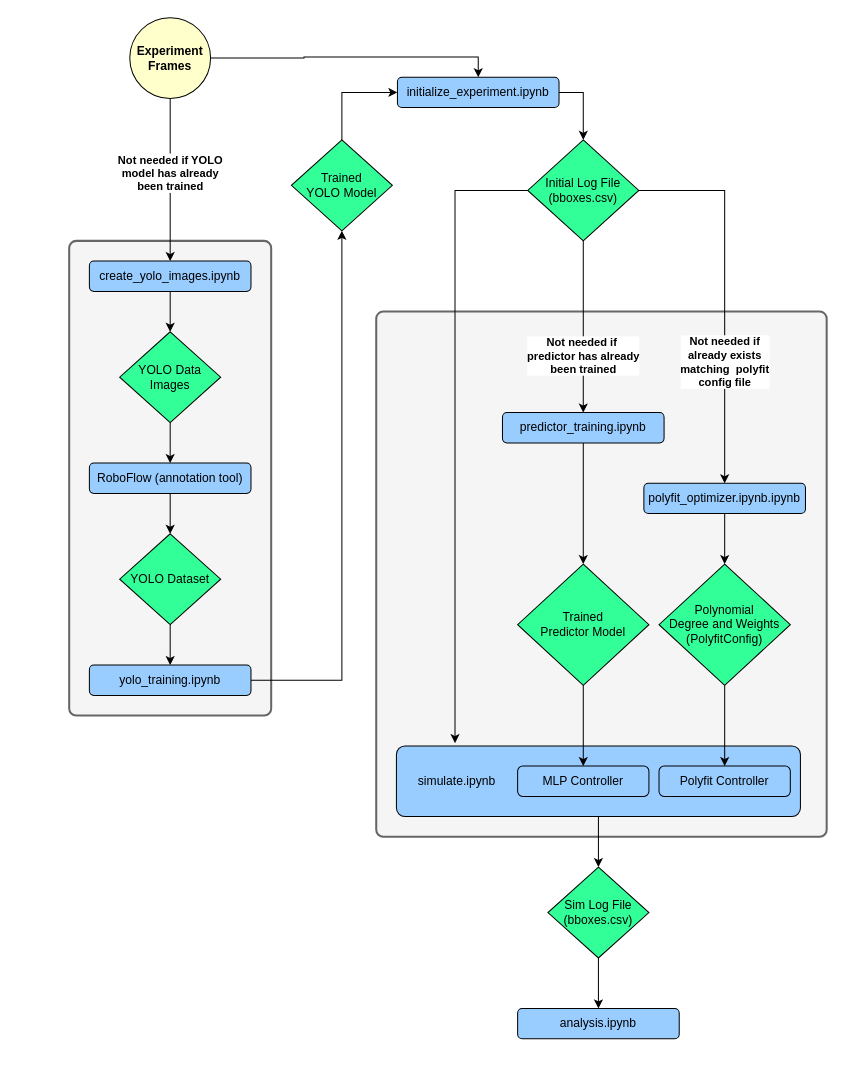
This is bio-proj-flowchart.drawio from giladfrid009/WTracker, a draw.io file, before an edit. Source tidied: cells renumbered, new cells numbered last; positions are measured from the earlier drawing's top-left corner, leaving out a move shared by most shapes. Both pictures are drawn from the tidied source at 101%, with x=0, y=0 at pixel (69, 17).
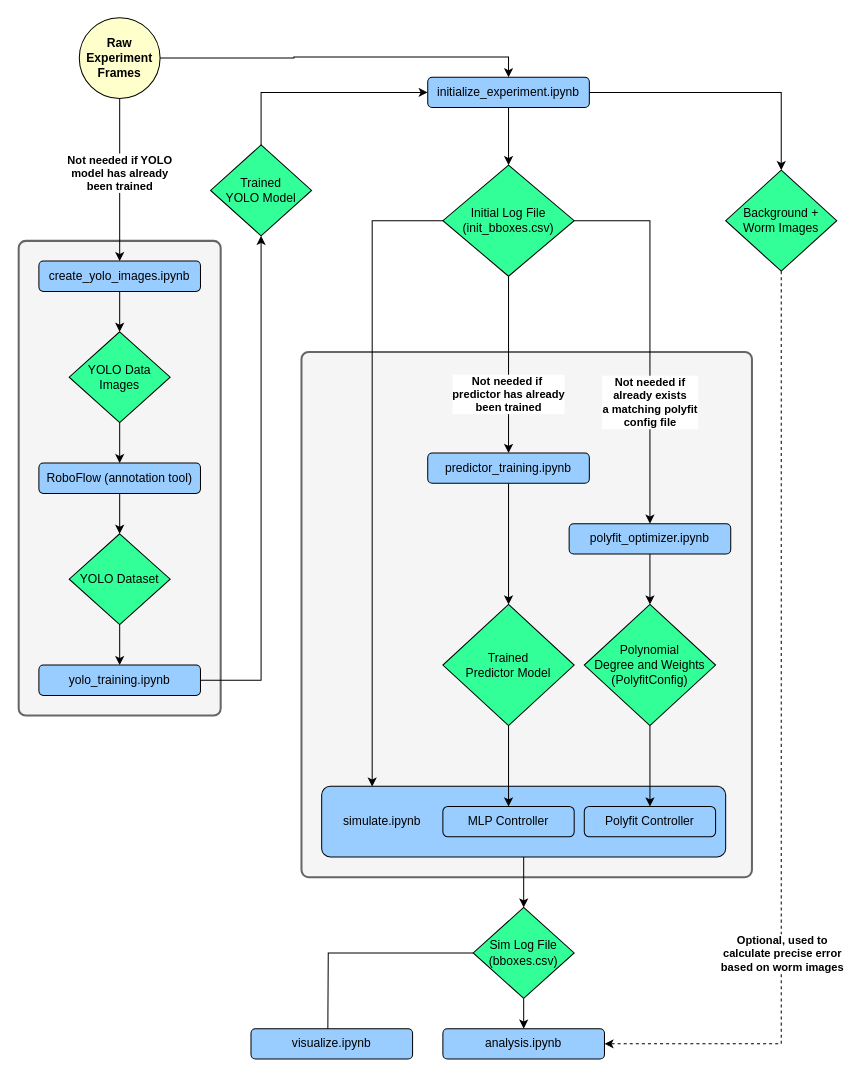
The same page after the edit.

Commit message:
updated flowchart diagram.

What changed in the source:
```diff
@@
     <mxCell id="2" style="rounded=1;whiteSpace=wrap;html=1;absoluteArcSize=1;arcSize=14;strokeWidth=2;fillColor=#f5f5f5;fontColor=#333333;strokeColor=#666666;" parent="1" vertex="1">
-      <mxGeometry x="304" y="291" width="446" height="520" as="geometry" />
+      <mxGeometry x="230" y="331" width="446" height="520" as="geometry" />
     </mxCell>
     <mxCell id="3" style="rounded=1;whiteSpace=wrap;html=1;absoluteArcSize=1;arcSize=14;strokeWidth=2;fillColor=#f5f5f5;fontColor=#333333;strokeColor=#666666;" parent="1" vertex="1">
-      <mxGeometry y="221" width="200" height="470" as="geometry" />
+      <mxGeometry x="-50" y="221" width="200" height="470" as="geometry" />
     </mxCell>
@@
     <mxCell id="5" value="create_yolo_images.ipynb" style="rounded=1;whiteSpace=wrap;html=1;fillColor=#99CCFF;" parent="1" vertex="1">
-      <mxGeometry x="20" y="241" width="160" height="30" as="geometry" />
+      <mxGeometry x="-30" y="241" width="160" height="30" as="geometry" />
     </mxCell>
@@
     <mxCell id="8" value="YOLO Data Images" style="rhombus;whiteSpace=wrap;html=1;fillColor=#33FF99;" parent="1" vertex="1">
-      <mxGeometry x="50" y="311" width="100" height="90" as="geometry" />
+      <mxGeometry y="311" width="100" height="90" as="geometry" />
     </mxCell>
@@
     <mxCell id="10" value="RoboFlow (annotation tool)" style="rounded=1;whiteSpace=wrap;html=1;fillColor=#99CCFF;" parent="1" vertex="1">
-      <mxGeometry x="20" y="441" width="160" height="30" as="geometry" />
+      <mxGeometry x="-30" y="441" width="160" height="30" as="geometry" />
     </mxCell>
@@
     <mxCell id="12" value="YOLO Dataset" style="rhombus;whiteSpace=wrap;html=1;fillColor=#33FF99;" parent="1" vertex="1">
-      <mxGeometry x="50" y="511" width="100" height="90" as="geometry" />
+      <mxGeometry y="511" width="100" height="90" as="geometry" />
     </mxCell>
-    <mxCell id="13" style="edgeStyle=orthogonalEdgeStyle;rounded=0;jettySize=auto;html=1;entryX=0.5;entryY=1;entryDx=0;entryDy=0;" parent="1" edge="1" source="14" target="16">
+    <mxCell id="13" style="edgeStyle=orthogonalEdgeStyle;rounded=0;jettySize=auto;html=1;exitX=1;exitY=0.5;exitDx=0;exitDy=0;entryX=0.5;entryY=1;entryDx=0;entryDy=0;" parent="1" edge="1" source="14" target="16">
       <mxGeometry relative="1" as="geometry" />
     </mxCell>
     <mxCell id="14" value="yolo_training.ipynb" style="rounded=1;whiteSpace=wrap;html=1;fillColor=#99CCFF;" parent="1" vertex="1">
-      <mxGeometry x="20" y="641" width="160" height="30" as="geometry" />
+      <mxGeometry x="-30" y="641" width="160" height="30" as="geometry" />
     </mxCell>
@@
     <mxCell id="16" value="Trained &lt;br&gt;YOLO Model" style="rhombus;whiteSpace=wrap;html=1;fillColor=#33FF99;" parent="1" vertex="1">
-      <mxGeometry x="220" y="121" width="100" height="90" as="geometry" />
+      <mxGeometry x="140" y="126" width="100" height="90" as="geometry" />
     </mxCell>
+    <mxCell id="41" style="edgeStyle=orthogonalEdgeStyle;rounded=0;jettySize=auto;html=1;exitX=1;exitY=0.5;exitDx=0;exitDy=0;entryX=0.5;entryY=0;entryDx=0;entryDy=0;" parent="1" edge="1" source="18" target="44">
+      <mxGeometry relative="1" as="geometry" />
+    </mxCell>
-    <mxCell id="17" style="edgeStyle=orthogonalEdgeStyle;rounded=0;jettySize=auto;html=1;exitX=1;exitY=0.5;exitDx=0;exitDy=0;entryX=0.5;entryY=0;entryDx=0;entryDy=0;" parent="1" edge="1" source="18" target="21">
+    <mxCell id="17" style="edgeStyle=orthogonalEdgeStyle;rounded=0;jettySize=auto;html=1;exitX=0.5;exitY=1;exitDx=0;exitDy=0;entryX=0.5;entryY=0;entryDx=0;entryDy=0;" parent="1" edge="1" source="18" target="21">
       <mxGeometry relative="1" as="geometry" />
     </mxCell>
     <mxCell id="18" value="initialize_experiment.ipynb" style="rounded=1;whiteSpace=wrap;html=1;fillColor=#99CCFF;" parent="1" vertex="1">
-      <mxGeometry x="325" y="59" width="160" height="30" as="geometry" />
+      <mxGeometry x="355" y="59" width="160" height="30" as="geometry" />
     </mxCell>
@@
-    <mxCell id="20" value="&lt;b&gt;Not needed if&lt;br&gt;already exists &lt;br&gt;matching&amp;nbsp; polyfit &lt;br&gt;config file&lt;/b&gt;" style="edgeStyle=orthogonalEdgeStyle;rounded=0;jettySize=auto;html=1;entryX=0.5;entryY=0;entryDx=0;entryDy=0;exitX=1;exitY=0.5;exitDx=0;exitDy=0;" parent="1" edge="1" source="21" target="30">
+    <mxCell id="20" value="&lt;b&gt;Not needed if&lt;br&gt;already exists &lt;br&gt;a matching polyfit &lt;br&gt;config file&lt;/b&gt;" style="edgeStyle=orthogonalEdgeStyle;rounded=0;jettySize=auto;html=1;entryX=0.5;entryY=0;entryDx=0;entryDy=0;exitX=1;exitY=0.5;exitDx=0;exitDy=0;" parent="1" edge="1" source="21" target="30">
       <mxGeometry x="0.36" relative="1" as="geometry" />
     </mxCell>
-    <mxCell id="21" value="Initial Log File (bboxes.csv)" style="rhombus;whiteSpace=wrap;html=1;fillColor=#33FF99;" parent="1" vertex="1">
-      <mxGeometry x="454" y="121" width="110" height="100" as="geometry" />
+    <mxCell id="21" value="Initial Log File (init_bboxes.csv)" style="rhombus;whiteSpace=wrap;html=1;fillColor=#33FF99;" parent="1" vertex="1">
+      <mxGeometry x="370" y="146" width="130" height="110" as="geometry" />
     </mxCell>
@@
     <mxCell id="23" style="rounded=1;absoluteArcSize=1;html=1;arcSize=17;fillColor=#99CCFF;" parent="1" vertex="1">
-      <mxGeometry x="324" y="721" width="400" height="70" as="geometry" />
+      <mxGeometry x="250" y="761" width="400" height="70" as="geometry" />
     </mxCell>
@@
     <mxCell id="28" value="predictor_training.ipynb" style="rounded=1;whiteSpace=wrap;html=1;fillColor=#99CCFF;" parent="1" vertex="1">
-      <mxGeometry x="429" y="391" width="160" height="30" as="geometry" />
+      <mxGeometry x="355" y="431" width="160" height="30" as="geometry" />
     </mxCell>
@@
-    <mxCell id="30" value="polyfit_optimizer.ipynb.ipynb" style="rounded=1;whiteSpace=wrap;html=1;fillColor=#99CCFF;" parent="1" vertex="1">
-      <mxGeometry x="569" y="461" width="160" height="30" as="geometry" />
+    <mxCell id="30" value="polyfit_optimizer.ipynb" style="rounded=1;whiteSpace=wrap;html=1;fillColor=#99CCFF;" parent="1" vertex="1">
+      <mxGeometry x="495" y="501" width="160" height="30" as="geometry" />
     </mxCell>
@@
     <mxCell id="32" value="Trained &lt;br&gt;Predictor Model" style="rhombus;whiteSpace=wrap;html=1;fillColor=#33FF99;" parent="1" vertex="1">
-      <mxGeometry x="444" y="541" width="130" height="120" as="geometry" />
+      <mxGeometry x="370" y="581" width="130" height="120" as="geometry" />
     </mxCell>
@@
     <mxCell id="34" value="Polynomial &lt;br&gt;Degree and Weights (PolyfitConfig)" style="rhombus;whiteSpace=wrap;html=1;fillColor=#33FF99;" parent="1" vertex="1">
-      <mxGeometry x="584" y="541" width="130" height="120" as="geometry" />
+      <mxGeometry x="510" y="581" width="130" height="120" as="geometry" />
     </mxCell>
@@
+    <mxCell id="42" style="edgeStyle=orthogonalEdgeStyle;rounded=0;jettySize=auto;html=1;exitX=0;exitY=0.5;exitDx=0;exitDy=0;entryX=0.5;entryY=0;entryDx=0;entryDy=0;" parent="1" edge="1" source="36">
+      <mxGeometry relative="1" as="geometry">
+        <mxPoint x="256" y="1021" as="targetPoint" />
+      </mxGeometry>
+    </mxCell>
     <mxCell id="36" value="Sim Log File (bboxes.csv)" style="rhombus;whiteSpace=wrap;html=1;fillColor=#33FF99;" parent="1" vertex="1">
-      <mxGeometry x="474" y="841" width="100" height="90" as="geometry" />
+      <mxGeometry x="400" y="881" width="100" height="90" as="geometry" />
     </mxCell>
     <mxCell id="37" value="analysis.ipynb" style="rounded=1;whiteSpace=wrap;html=1;fillColor=#99CCFF;" parent="1" vertex="1">
-      <mxGeometry x="444" y="981" width="160" height="30" as="geometry" />
+      <mxGeometry x="370" y="1001" width="160" height="30" as="geometry" />
     </mxCell>
-    <mxCell id="38" style="edgeStyle=orthogonalEdgeStyle;rounded=0;jettySize=auto;html=1;exitX=0;exitY=0.5;exitDx=0;exitDy=0;entryX=0.145;entryY=-0.039;entryDx=0;entryDy=0;entryPerimeter=0;" parent="1" edge="1" source="21" target="23">
-      <mxGeometry relative="1" as="geometry">
-        <Array as="points">
-          <mxPoint x="382" y="171" />
-        </Array>
-      </mxGeometry>
-    </mxCell>
@@
-    <mxCell id="40" value="&lt;br&gt;&lt;span style=&quot;forced-color-adjust: none; color: rgb(0, 0, 0); font-family: Helvetica; font-size: 12px; font-style: normal; font-variant-ligatures: normal; font-variant-caps: normal; letter-spacing: normal; orphans: 2; text-align: center; text-indent: 0px; text-transform: none; widows: 2; word-spacing: 0px; -webkit-text-stroke-width: 0px; white-space: normal; text-decoration-thickness: initial; text-decoration-style: initial; text-decoration-color: initial; float: none; display: inline !important;&quot;&gt;&lt;b style=&quot;&quot;&gt;Experiment Frames&lt;/b&gt;&lt;/span&gt;&lt;div&gt;&lt;br&gt;&lt;/div&gt;" style="ellipse;whiteSpace=wrap;html=1;fillColor=#FFFFCC;" parent="1" vertex="1">
-      <mxGeometry x="60" width="80" height="80" as="geometry" />
+    <mxCell id="40" value="&lt;b&gt;Raw&lt;/b&gt;&lt;br&gt;&lt;span style=&quot;forced-color-adjust: none; color: rgb(0, 0, 0); font-family: Helvetica; font-size: 12px; font-style: normal; font-variant-ligatures: normal; font-variant-caps: normal; letter-spacing: normal; orphans: 2; text-align: center; text-indent: 0px; text-transform: none; widows: 2; word-spacing: 0px; -webkit-text-stroke-width: 0px; white-space: normal; text-decoration-thickness: initial; text-decoration-style: initial; text-decoration-color: initial; float: none; display: inline !important;&quot;&gt;&lt;b style=&quot;&quot;&gt;Experiment Frames&lt;/b&gt;&lt;/span&gt;" style="ellipse;whiteSpace=wrap;html=1;fillColor=#FFFFCC;" parent="1" vertex="1">
+      <mxGeometry x="10" width="80" height="80" as="geometry" />
     </mxCell>
+    <mxCell id="43" value="visualize.ipynb" style="rounded=1;whiteSpace=wrap;html=1;fillColor=#99CCFF;" parent="1" vertex="1">
+      <mxGeometry x="180" y="1001" width="160" height="30" as="geometry" />
+    </mxCell>
+    <mxCell id="44" value="Background + Worm Images" style="rhombus;whiteSpace=wrap;html=1;fillColor=#33FF99;" parent="1" vertex="1">
+      <mxGeometry x="650" y="151" width="110" height="100" as="geometry" />
+    </mxCell>
+    <mxCell id="45" style="html=1;labelBackgroundColor=#ffffff;startArrow=none;startFill=0;startSize=6;endArrow=classic;endFill=1;endSize=6;jettySize=auto;strokeWidth=1;dashed=1;fontSize=14;rounded=0;exitX=0.5;exitY=1;exitDx=0;exitDy=0;entryX=1;entryY=0.5;entryDx=0;entryDy=0;" parent="1" edge="1" source="44" target="37">
+      <mxGeometry relative="1" as="geometry">
+        <Array as="points">
+          <mxPoint x="705" y="1016" />
+        </Array>
+      </mxGeometry>
+    </mxCell>
+    <mxCell id="46" value="Optional, used to &lt;br&gt;calculate precise error &lt;br&gt;based on worm images" style="edgeLabel;html=1;align=center;verticalAlign=middle;fontStyle=1;" parent="45" vertex="1">
+      <mxGeometry x="0.42" y="-1" relative="1" as="geometry">
+        <mxPoint x="1" y="8" as="offset" />
+      </mxGeometry>
+    </mxCell>
+    <mxCell id="38" style="edgeStyle=orthogonalEdgeStyle;rounded=0;jettySize=auto;html=1;exitX=0;exitY=0.5;exitDx=0;exitDy=0;entryX=0.125;entryY=0.004;entryDx=0;entryDy=0;entryPerimeter=0;" parent="1" edge="1" source="21" target="23">
+      <mxGeometry relative="1" as="geometry">
+        <Array as="points">
+          <mxPoint x="300" y="201" />
+        </Array>
+      </mxGeometry>
+    </mxCell>
```
